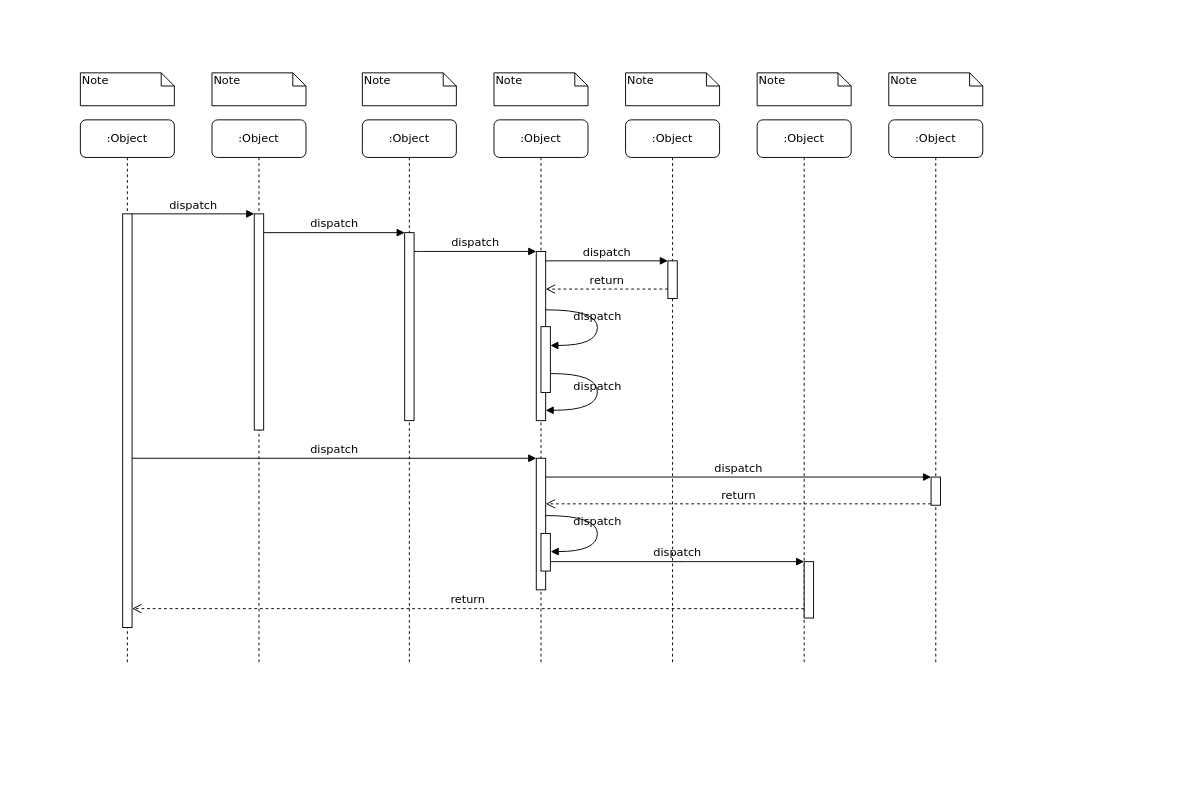
Before: Diagrama sin título.drawio in RodrigoEscorcielo/IFTS18_Modelado-y-diseno-de-software_documentos, a draw.io diagram. Source tidied: cells renumbered, new cells numbered last; positions are measured from the earlier drawing's top-left corner, leaving out a move shared by most shapes. Both pictures are drawn from the tidied source at 94%, with x=0, y=0 at pixel (80, 72).
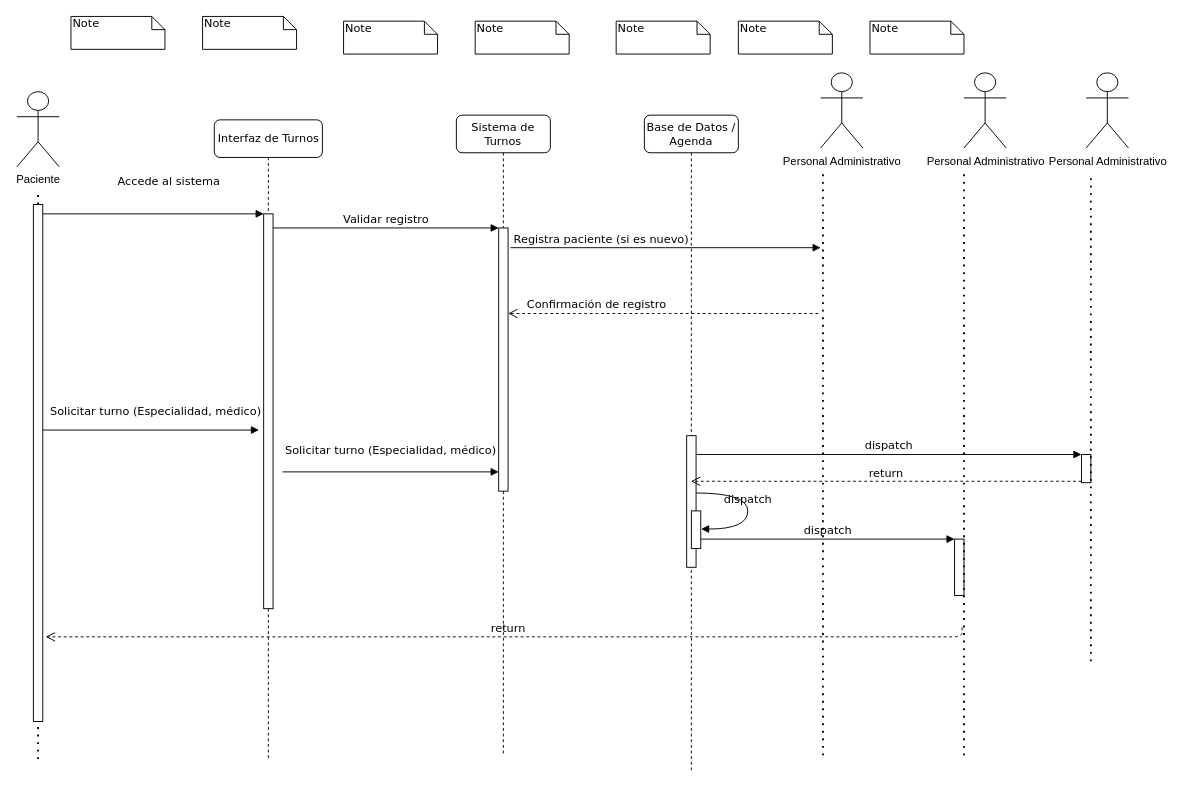
After the change.

What changed in the source:
```diff
@@
-    <mxCell id="2" value=":Object" style="shape=umlLifeline;perimeter=lifelinePerimeter;whiteSpace=wrap;html=1;rounded=1;shadow=0;comic=0;labelBackgroundColor=none;strokeWidth=1;fontFamily=Verdana;fontSize=12;align=center;" parent="1" vertex="1">
-      <mxGeometry x="140" y="50" width="100" height="580" as="geometry" />
+    <mxCell id="2" value="Interfaz de Turnos" style="shape=umlLifeline;perimeter=lifelinePerimeter;whiteSpace=wrap;html=1;rounded=1;shadow=0;comic=0;labelBackgroundColor=none;strokeWidth=1;fontFamily=Verdana;fontSize=12;align=center;" parent="1" vertex="1">
+      <mxGeometry x="142.5" y="50" width="115" height="680" as="geometry" />
     </mxCell>
     <mxCell id="3" style="html=1;points=[];perimeter=orthogonalPerimeter;rounded=0;shadow=0;comic=0;labelBackgroundColor=none;strokeWidth=1;fontFamily=Verdana;fontSize=12;align=center;" parent="2" vertex="1">
-      <mxGeometry x="45" y="100" width="10" height="230" as="geometry" />
+      <mxGeometry x="52.5" y="100" width="10" height="420" as="geometry" />
     </mxCell>
+    <mxCell id="18" value="Solicitar turno (Especialidad, médico)" style="html=1;verticalAlign=bottom;endArrow=block;labelBackgroundColor=none;fontFamily=Verdana;fontSize=12;" parent="2" edge="1">
+      <mxGeometry x="0.04" y="10" relative="1" as="geometry">
+        <mxPoint x="-182.5" y="330" as="sourcePoint" />
+        <mxPoint x="47.5" y="330" as="targetPoint" />
+      </mxGeometry>
+    </mxCell>
-    <mxCell id="4" value=":Object" style="shape=umlLifeline;perimeter=lifelinePerimeter;whiteSpace=wrap;html=1;rounded=1;shadow=0;comic=0;labelBackgroundColor=none;strokeWidth=1;fontFamily=Verdana;fontSize=12;align=center;" parent="1" vertex="1">
-      <mxGeometry x="300" y="50" width="100" height="580" as="geometry" />
+    <mxCell id="4" value="Sistema de Turnos" style="shape=umlLifeline;perimeter=lifelinePerimeter;whiteSpace=wrap;html=1;rounded=1;shadow=0;comic=0;labelBackgroundColor=none;strokeWidth=1;fontFamily=Verdana;fontSize=12;align=center;" parent="1" vertex="1">
+      <mxGeometry x="400" y="45" width="100" height="681" as="geometry" />
     </mxCell>
     <mxCell id="5" style="html=1;points=[];perimeter=orthogonalPerimeter;rounded=0;shadow=0;comic=0;labelBackgroundColor=none;strokeWidth=1;fontFamily=Verdana;fontSize=12;align=center;" parent="4" vertex="1">
-      <mxGeometry x="45" y="120" width="10" height="200" as="geometry" />
+      <mxGeometry x="45" y="120" width="10" height="280" as="geometry" />
     </mxCell>
+    <mxCell id="39" value="Confirmación de registro" style="html=1;verticalAlign=bottom;endArrow=open;dashed=1;endSize=8;labelBackgroundColor=none;fontFamily=Verdana;fontSize=12;edgeStyle=elbowEdgeStyle;elbow=vertical;" parent="4" edge="1">
+      <mxGeometry x="0.43" relative="1" as="geometry">
+        <mxPoint x="385" y="211" as="sourcePoint" />
+        <mxPoint x="55" y="211" as="targetPoint" />
+      </mxGeometry>
+    </mxCell>
-    <mxCell id="6" value=":Object" style="shape=umlLifeline;perimeter=lifelinePerimeter;whiteSpace=wrap;html=1;outlineConnect=0;rounded=1;shadow=0;comic=0;labelBackgroundColor=none;strokeWidth=1;fontFamily=Verdana;fontSize=12;align=center;" parent="1" vertex="1">
-      <mxGeometry x="440" y="50" width="100" height="580" as="geometry" />
+    <mxCell id="6" value="Base de Datos / Agenda" style="shape=umlLifeline;perimeter=lifelinePerimeter;whiteSpace=wrap;html=1;outlineConnect=0;rounded=1;shadow=0;comic=0;labelBackgroundColor=none;strokeWidth=1;fontFamily=Verdana;fontSize=12;align=center;" parent="1" vertex="1">
+      <mxGeometry x="600" y="45" width="100" height="700" as="geometry" />
     </mxCell>
-    <mxCell id="7" value=":Object" style="shape=umlLifeline;perimeter=lifelinePerimeter;whiteSpace=wrap;html=1;rounded=1;shadow=0;comic=0;labelBackgroundColor=none;strokeWidth=1;fontFamily=Verdana;fontSize=12;align=center;" parent="1" vertex="1">
-      <mxGeometry x="580" y="50" width="100" height="580" as="geometry" />
-    </mxCell>
-    <mxCell id="8" value=":Object" style="shape=umlLifeline;perimeter=lifelinePerimeter;whiteSpace=wrap;html=1;rounded=1;shadow=0;comic=0;labelBackgroundColor=none;strokeWidth=1;fontFamily=Verdana;fontSize=12;align=center;" parent="1" vertex="1">
-      <mxGeometry x="720" y="50" width="100" height="580" as="geometry" />
-    </mxCell>
-    <mxCell id="9" value=":Object" style="shape=umlLifeline;perimeter=lifelinePerimeter;whiteSpace=wrap;html=1;rounded=1;shadow=0;comic=0;labelBackgroundColor=none;strokeWidth=1;fontFamily=Verdana;fontSize=12;align=center;" parent="1" vertex="1">
-      <mxGeometry x="860" y="50" width="100" height="580" as="geometry" />
-    </mxCell>
-    <mxCell id="10" value=":Object" style="shape=umlLifeline;perimeter=lifelinePerimeter;whiteSpace=wrap;html=1;rounded=1;shadow=0;comic=0;labelBackgroundColor=none;strokeWidth=1;fontFamily=Verdana;fontSize=12;align=center;" parent="1" vertex="1">
-      <mxGeometry y="50" width="100" height="580" as="geometry" />
-    </mxCell>
-    <mxCell id="11" style="html=1;points=[];perimeter=orthogonalPerimeter;rounded=0;shadow=0;comic=0;labelBackgroundColor=none;strokeWidth=1;fontFamily=Verdana;fontSize=12;align=center;" parent="10" vertex="1">
-      <mxGeometry x="45" y="100" width="10" height="440" as="geometry" />
-    </mxCell>
-    <mxCell id="12" style="html=1;points=[];perimeter=orthogonalPerimeter;rounded=0;shadow=0;comic=0;labelBackgroundColor=none;strokeWidth=1;fontFamily=Verdana;fontSize=12;align=center;" parent="1" vertex="1">
-      <mxGeometry x="485" y="190" width="10" height="180" as="geometry" />
-    </mxCell>
-    <mxCell id="13" value="dispatch" style="html=1;verticalAlign=bottom;endArrow=block;labelBackgroundColor=none;fontFamily=Verdana;fontSize=12;edgeStyle=elbowEdgeStyle;elbow=vertical;" parent="1" edge="1" source="5" target="12">
-      <mxGeometry relative="1" as="geometry">
-        <Array as="points">
-          <mxPoint x="360" y="190" />
-        </Array>
-      </mxGeometry>
-    </mxCell>
-    <mxCell id="14" style="html=1;points=[];perimeter=orthogonalPerimeter;rounded=0;shadow=0;comic=0;labelBackgroundColor=none;strokeWidth=1;fontFamily=Verdana;fontSize=12;align=center;" parent="1" vertex="1">
-      <mxGeometry x="625" y="200" width="10" height="40" as="geometry" />
-    </mxCell>
-    <mxCell id="15" value="dispatch" style="html=1;verticalAlign=bottom;endArrow=block;entryX=0;entryY=0;labelBackgroundColor=none;fontFamily=Verdana;fontSize=12;edgeStyle=elbowEdgeStyle;elbow=vertical;" parent="1" edge="1" source="12" target="14">
-      <mxGeometry relative="1" as="geometry" />
-    </mxCell>
-    <mxCell id="16" value="return" style="html=1;verticalAlign=bottom;endArrow=open;dashed=1;endSize=8;labelBackgroundColor=none;fontFamily=Verdana;fontSize=12;edgeStyle=elbowEdgeStyle;elbow=vertical;" parent="1" edge="1" source="14" target="12">
-      <mxGeometry relative="1" as="geometry">
-        <Array as="points">
-          <mxPoint x="570" y="230" />
-          <mxPoint x="600" y="230" />
-        </Array>
-      </mxGeometry>
-    </mxCell>
     <mxCell id="17" style="html=1;points=[];perimeter=orthogonalPerimeter;rounded=0;shadow=0;comic=0;labelBackgroundColor=none;strokeWidth=1;fontFamily=Verdana;fontSize=12;align=center;" parent="1" vertex="1">
-      <mxGeometry x="485" y="410" width="10" height="140" as="geometry" />
+      <mxGeometry x="645" y="386" width="10" height="140" as="geometry" />
     </mxCell>
-    <mxCell id="18" value="dispatch" style="html=1;verticalAlign=bottom;endArrow=block;entryX=0;entryY=0;labelBackgroundColor=none;fontFamily=Verdana;fontSize=12;" parent="1" edge="1" source="11" target="17">
-      <mxGeometry relative="1" as="geometry" />
-    </mxCell>
     <mxCell id="19" style="html=1;points=[];perimeter=orthogonalPerimeter;rounded=0;shadow=0;comic=0;labelBackgroundColor=none;strokeColor=#000000;strokeWidth=1;fillColor=#FFFFFF;fontFamily=Verdana;fontSize=12;fontColor=#000000;align=center;" parent="1" vertex="1">
-      <mxGeometry x="905" y="430" width="10" height="30" as="geometry" />
+      <mxGeometry x="1065" y="406" width="10" height="30" as="geometry" />
     </mxCell>
@@
-    <mxCell id="21" value="return" style="html=1;verticalAlign=bottom;endArrow=open;dashed=1;endSize=8;exitX=0;exitY=0.95;labelBackgroundColor=none;fontFamily=Verdana;fontSize=12;" parent="1" edge="1" source="19" target="17">
+    <mxCell id="21" value="return" style="html=1;verticalAlign=bottom;endArrow=open;dashed=1;endSize=8;exitX=0;exitY=0.95;labelBackgroundColor=none;fontFamily=Verdana;fontSize=12;" parent="1" edge="1" source="19" target="6">
       <mxGeometry relative="1" as="geometry" />
     </mxCell>
     <mxCell id="22" style="html=1;points=[];perimeter=orthogonalPerimeter;rounded=0;shadow=0;comic=0;labelBackgroundColor=none;strokeWidth=1;fontFamily=Verdana;fontSize=12;align=center;" parent="1" vertex="1">
-      <mxGeometry x="770" y="520" width="10" height="60" as="geometry" />
+      <mxGeometry x="930" y="496" width="10" height="60" as="geometry" />
     </mxCell>
@@
-    <mxCell id="24" value="return" style="html=1;verticalAlign=bottom;endArrow=open;dashed=1;endSize=8;labelBackgroundColor=none;fontFamily=Verdana;fontSize=12;edgeStyle=elbowEdgeStyle;elbow=vertical;" parent="1" edge="1" source="22" target="11">
-      <mxGeometry relative="1" as="geometry">
-        <Array as="points">
-          <mxPoint x="470" y="570" />
-        </Array>
-      </mxGeometry>
-    </mxCell>
-    <mxCell id="25" value="dispatch" style="html=1;verticalAlign=bottom;endArrow=block;entryX=0;entryY=0;labelBackgroundColor=none;fontFamily=Verdana;fontSize=12;edgeStyle=elbowEdgeStyle;elbow=vertical;" parent="1" edge="1" source="11" target="3">
-      <mxGeometry relative="1" as="geometry" />
+    <mxCell id="25" value="Accede al sistema&lt;div&gt;&lt;br/&gt;&lt;/div&gt;" style="html=1;verticalAlign=bottom;endArrow=block;entryX=0;entryY=0;labelBackgroundColor=none;fontFamily=Verdana;fontSize=12;edgeStyle=elbowEdgeStyle;elbow=vertical;" parent="1" edge="1" source="11" target="3">
+      <mxGeometry x="0.14" y="10" relative="1" as="geometry" />
     </mxCell>
-    <mxCell id="26" value="dispatch" style="html=1;verticalAlign=bottom;endArrow=block;entryX=0;entryY=0;labelBackgroundColor=none;fontFamily=Verdana;fontSize=12;edgeStyle=elbowEdgeStyle;elbow=vertical;" parent="1" edge="1" source="3" target="5">
+    <mxCell id="26" value="Validar registro" style="html=1;verticalAlign=bottom;endArrow=block;entryX=0;entryY=0;labelBackgroundColor=none;fontFamily=Verdana;fontSize=12;edgeStyle=elbowEdgeStyle;elbow=vertical;" parent="1" edge="1" source="3" target="5">
       <mxGeometry relative="1" as="geometry" />
     </mxCell>
-    <mxCell id="27" style="html=1;points=[];perimeter=orthogonalPerimeter;rounded=0;shadow=0;comic=0;labelBackgroundColor=none;strokeWidth=1;fontFamily=Verdana;fontSize=12;align=center;" parent="1" vertex="1">
-      <mxGeometry x="490" y="270" width="10" height="70" as="geometry" />
-    </mxCell>
-    <mxCell id="28" value="dispatch" style="html=1;verticalAlign=bottom;endArrow=block;labelBackgroundColor=none;fontFamily=Verdana;fontSize=12;elbow=vertical;edgeStyle=orthogonalEdgeStyle;curved=1;entryX=1;entryY=0.286;entryPerimeter=0;exitX=1.038;exitY=0.345;exitPerimeter=0;" parent="1" edge="1" source="12" target="27">
-      <mxGeometry relative="1" as="geometry">
-        <Array as="points">
-          <mxPoint x="550" y="252" />
-          <mxPoint x="550" y="290" />
-        </Array>
-      </mxGeometry>
-    </mxCell>
-    <mxCell id="29" value="dispatch" style="html=1;verticalAlign=bottom;endArrow=block;labelBackgroundColor=none;fontFamily=Verdana;fontSize=12;elbow=vertical;edgeStyle=orthogonalEdgeStyle;curved=1;exitX=1.066;exitY=0.713;exitPerimeter=0;" parent="1" edge="1" source="27">
-      <mxGeometry relative="1" as="geometry">
-        <mxPoint x="495" y="359" as="targetPoint" />
-        <Array as="points">
-          <mxPoint x="550" y="320" />
-          <mxPoint x="550" y="359" />
-        </Array>
-      </mxGeometry>
-    </mxCell>
     <mxCell id="30" style="html=1;points=[];perimeter=orthogonalPerimeter;rounded=0;shadow=0;comic=0;labelBackgroundColor=none;strokeWidth=1;fontFamily=Verdana;fontSize=12;align=center;" parent="1" vertex="1">
-      <mxGeometry x="490" y="490" width="10" height="40" as="geometry" />
+      <mxGeometry x="650" y="466" width="10" height="40" as="geometry" />
     </mxCell>
     <mxCell id="31" value="dispatch" style="html=1;verticalAlign=bottom;endArrow=block;labelBackgroundColor=none;fontFamily=Verdana;fontSize=12;elbow=vertical;edgeStyle=orthogonalEdgeStyle;curved=1;entryX=1;entryY=0.286;entryPerimeter=0;exitX=1.038;exitY=0.345;exitPerimeter=0;" parent="1" edge="1">
       <mxGeometry relative="1" as="geometry">
-        <mxPoint x="495.3" y="471" as="sourcePoint" />
-        <mxPoint x="500.3" y="509.3" as="targetPoint" />
+        <mxPoint x="655.3" y="447" as="sourcePoint" />
+        <mxPoint x="660.3" y="485.3" as="targetPoint" />
         <Array as="points">
-          <mxPoint x="550" y="471" />
-          <mxPoint x="550" y="509" />
+          <mxPoint x="710" y="447" />
+          <mxPoint x="710" y="485" />
         </Array>
       </mxGeometry>
     </mxCell>
     <mxCell id="32" value="Note" style="shape=note;whiteSpace=wrap;html=1;size=14;verticalAlign=top;align=left;spacingTop=-6;rounded=0;shadow=0;comic=0;labelBackgroundColor=none;strokeWidth=1;fontFamily=Verdana;fontSize=12;" parent="1" vertex="1">
-      <mxGeometry width="100" height="35" as="geometry" />
+      <mxGeometry x="-10" y="-60" width="100" height="35" as="geometry" />
     </mxCell>
     <mxCell id="33" value="Note" style="shape=note;whiteSpace=wrap;html=1;size=14;verticalAlign=top;align=left;spacingTop=-6;rounded=0;shadow=0;comic=0;labelBackgroundColor=none;strokeWidth=1;fontFamily=Verdana;fontSize=12;" parent="1" vertex="1">
-      <mxGeometry x="140" width="100" height="35" as="geometry" />
+      <mxGeometry x="130" y="-60" width="100" height="35" as="geometry" />
     </mxCell>
     <mxCell id="34" value="Note" style="shape=note;whiteSpace=wrap;html=1;size=14;verticalAlign=top;align=left;spacingTop=-6;rounded=0;shadow=0;comic=0;labelBackgroundColor=none;strokeWidth=1;fontFamily=Verdana;fontSize=12;" parent="1" vertex="1">
-      <mxGeometry x="300" width="100" height="35" as="geometry" />
+      <mxGeometry x="280" y="-55" width="100" height="35" as="geometry" />
     </mxCell>
     <mxCell id="35" value="Note" style="shape=note;whiteSpace=wrap;html=1;size=14;verticalAlign=top;align=left;spacingTop=-6;rounded=0;shadow=0;comic=0;labelBackgroundColor=none;strokeWidth=1;fontFamily=Verdana;fontSize=12;" parent="1" vertex="1">
-      <mxGeometry x="440" width="100" height="35" as="geometry" />
+      <mxGeometry x="420" y="-55" width="100" height="35" as="geometry" />
     </mxCell>
     <mxCell id="36" value="Note" style="shape=note;whiteSpace=wrap;html=1;size=14;verticalAlign=top;align=left;spacingTop=-6;rounded=0;shadow=0;comic=0;labelBackgroundColor=none;strokeWidth=1;fontFamily=Verdana;fontSize=12;" parent="1" vertex="1">
-      <mxGeometry x="580" width="100" height="35" as="geometry" />
+      <mxGeometry x="570" y="-55" width="100" height="35" as="geometry" />
     </mxCell>
     <mxCell id="37" value="Note" style="shape=note;whiteSpace=wrap;html=1;size=14;verticalAlign=top;align=left;spacingTop=-6;rounded=0;shadow=0;comic=0;labelBackgroundColor=none;strokeWidth=1;fontFamily=Verdana;fontSize=12;" parent="1" vertex="1">
-      <mxGeometry x="720" width="100" height="35" as="geometry" />
+      <mxGeometry x="700" y="-55" width="100" height="35" as="geometry" />
     </mxCell>
     <mxCell id="38" value="Note" style="shape=note;whiteSpace=wrap;html=1;size=14;verticalAlign=top;align=left;spacingTop=-6;rounded=0;shadow=0;comic=0;labelBackgroundColor=none;strokeWidth=1;fontFamily=Verdana;fontSize=12;" parent="1" vertex="1">
-      <mxGeometry x="860" width="100" height="35" as="geometry" />
+      <mxGeometry x="840" y="-55" width="100" height="35" as="geometry" />
     </mxCell>
+    <mxCell id="40" value="Paciente" style="shape=umlActor;verticalLabelPosition=bottom;verticalAlign=top;html=1;" parent="1" vertex="1">
+      <mxGeometry x="-67.5" y="20" width="45" height="80" as="geometry" />
+    </mxCell>
+    <mxCell id="41" value="Personal Administrativo" style="shape=umlActor;verticalLabelPosition=bottom;verticalAlign=top;html=1;" parent="1" vertex="1">
+      <mxGeometry x="787.5" width="45" height="80" as="geometry" />
+    </mxCell>
+    <mxCell id="42" style="endArrow=none;dashed=1;html=1;dashPattern=1 3;strokeWidth=2;rounded=0;fontFamily=Helvetica;fontSize=12;fontColor=default;fontStyle=0;" parent="1" edge="1">
+      <mxGeometry relative="1" as="geometry">
+        <mxPoint x="790" y="726" as="sourcePoint" />
+        <mxPoint x="790" y="106" as="targetPoint" />
+      </mxGeometry>
+    </mxCell>
+    <mxCell id="43" value="Personal Administrativo" style="shape=umlActor;verticalLabelPosition=bottom;verticalAlign=top;html=1;" parent="1" vertex="1">
+      <mxGeometry x="940" width="45" height="80" as="geometry" />
+    </mxCell>
+    <mxCell id="44" style="endArrow=none;dashed=1;html=1;dashPattern=1 3;strokeWidth=2;rounded=0;fontFamily=Helvetica;fontSize=12;fontColor=default;fontStyle=0;" parent="1" edge="1">
+      <mxGeometry relative="1" as="geometry">
+        <mxPoint x="940" y="726" as="sourcePoint" />
+        <mxPoint x="940" y="106" as="targetPoint" />
+      </mxGeometry>
+    </mxCell>
+    <mxCell id="45" value="Personal Administrativo" style="shape=umlActor;verticalLabelPosition=bottom;verticalAlign=top;html=1;" parent="1" vertex="1">
+      <mxGeometry x="1070" width="45" height="80" as="geometry" />
+    </mxCell>
+    <mxCell id="46" style="endArrow=none;dashed=1;html=1;dashPattern=1 3;strokeWidth=2;rounded=0;fontFamily=Helvetica;fontSize=12;fontColor=default;fontStyle=0;" parent="1" edge="1">
+      <mxGeometry relative="1" as="geometry">
+        <mxPoint x="1075" y="626" as="sourcePoint" />
+        <mxPoint x="1075" y="106" as="targetPoint" />
+      </mxGeometry>
+    </mxCell>
+    <mxCell id="47" value="Registra paciente (si es nuevo)" style="html=1;verticalAlign=bottom;endArrow=block;labelBackgroundColor=none;fontFamily=Verdana;fontSize=12;edgeStyle=elbowEdgeStyle;elbow=vertical;" parent="1" edge="1">
+      <mxGeometry x="-0.42" relative="1" as="geometry">
+        <mxPoint x="457.5" y="186" as="sourcePoint" />
+        <mxPoint x="787.5" y="186" as="targetPoint" />
+      </mxGeometry>
+    </mxCell>
+    <mxCell id="48" style="endArrow=none;dashed=1;html=1;dashPattern=1 3;strokeWidth=2;rounded=0;fontFamily=Helvetica;fontSize=12;fontColor=default;fontStyle=0;" parent="1" edge="1" source="11">
+      <mxGeometry relative="1" as="geometry">
+        <mxPoint x="-45" y="130" as="targetPoint" />
+      </mxGeometry>
+    </mxCell>
+    <mxCell id="49" style="endArrow=none;dashed=1;html=1;dashPattern=1 3;strokeWidth=2;rounded=0;fontFamily=Helvetica;fontSize=12;fontColor=default;fontStyle=0;entryX=0.5;entryY=0.5;entryDx=0;entryDy=0;entryPerimeter=0;" parent="1" edge="1" target="11">
+      <mxGeometry relative="1" as="geometry">
+        <mxPoint x="-45" y="730" as="sourcePoint" />
+      </mxGeometry>
+    </mxCell>
+    <mxCell id="11" style="html=1;points=[];perimeter=orthogonalPerimeter;rounded=0;shadow=0;comic=0;labelBackgroundColor=none;strokeWidth=1;fontFamily=Verdana;fontSize=12;align=center;" parent="1" vertex="1">
+      <mxGeometry x="-50" y="140" width="10" height="550" as="geometry" />
+    </mxCell>
+    <mxCell id="50" value="Solicitar turno (Especialidad, médico)" style="html=1;verticalAlign=bottom;endArrow=block;labelBackgroundColor=none;fontFamily=Verdana;fontSize=12;" parent="1" edge="1">
+      <mxGeometry y="15" relative="1" as="geometry">
+        <mxPoint x="215" y="424.5" as="sourcePoint" />
+        <mxPoint x="445" y="424.5" as="targetPoint" />
+        <mxPoint y="1" as="offset" />
+      </mxGeometry>
+    </mxCell>
+    <mxCell id="24" value="return" style="html=1;verticalAlign=bottom;endArrow=open;dashed=1;endSize=8;labelBackgroundColor=none;fontFamily=Verdana;fontSize=12;edgeStyle=elbowEdgeStyle;elbow=vertical;" parent="1" edge="1">
+      <mxGeometry relative="1" as="geometry">
+        <mxPoint x="938" y="590" as="sourcePoint" />
+        <mxPoint x="-37" y="600" as="targetPoint" />
+        <Array as="points">
+          <mxPoint x="473" y="600" />
+        </Array>
+      </mxGeometry>
+    </mxCell>
```
